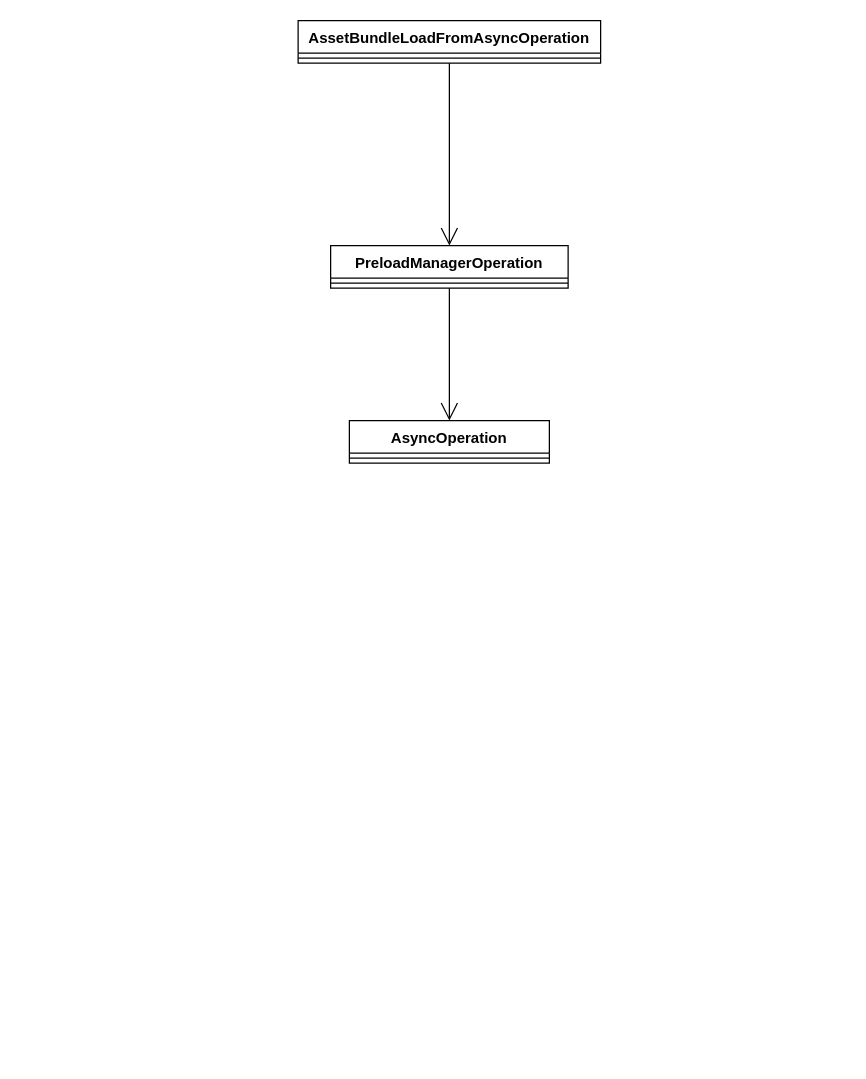
houxuanfelix/MySelfCode keeps this draw.io diagram as preloadmanager.drawio. Above is the earlier version. Source tidied: cells renumbered, new cells numbered last; positions are measured from the earlier drawing's top-left corner, leaving out a move shared by most shapes. Both pictures are drawn from the tidied source at 125%, with x=0, y=0 at pixel (298, 20).
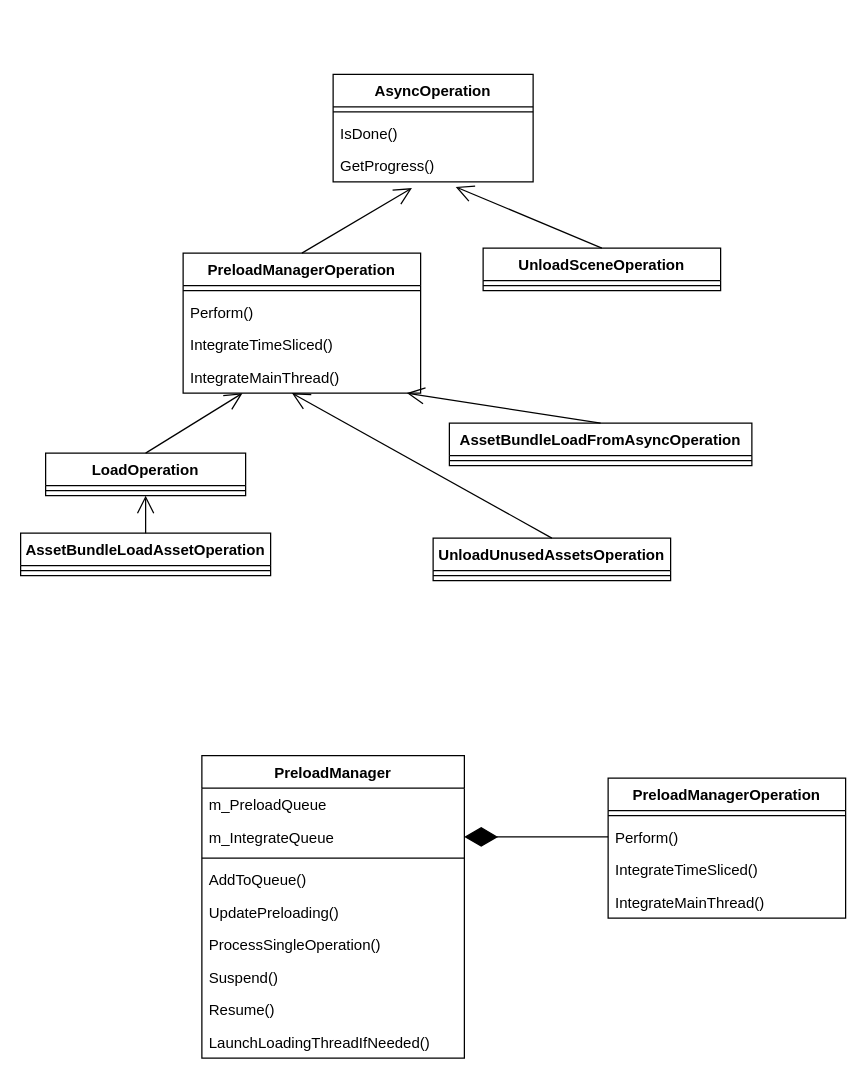
The same diagram, later.

The edit, as a diff of the source:
```diff
@@
     <mxCell id="2" value="PreloadManagerOperation" style="swimlane;fontStyle=1;align=center;verticalAlign=top;horizontal=1;startSize=26;" parent="1" vertex="1">
-      <mxGeometry x="26" y="180" width="190" height="34" as="geometry" />
+      <mxGeometry x="-92" y="186" width="190" height="112" as="geometry" />
     </mxCell>
@@
+    <mxCell id="10" value="Perform()" style="text;strokeColor=none;fillColor=none;align=left;verticalAlign=top;spacingLeft=4;spacingRight=4;overflow=hidden;" parent="2" vertex="1">
+      <mxGeometry y="34" width="190" height="26" as="geometry" />
+    </mxCell>
+    <mxCell id="11" value="IntegrateTimeSliced()" style="text;strokeColor=none;fillColor=none;align=left;verticalAlign=top;spacingLeft=4;spacingRight=4;overflow=hidden;" parent="2" vertex="1">
+      <mxGeometry y="60" width="190" height="26" as="geometry" />
+    </mxCell>
+    <mxCell id="12" value="IntegrateMainThread()" style="text;strokeColor=none;fillColor=none;align=left;verticalAlign=top;spacingLeft=4;spacingRight=4;overflow=hidden;points=[[0,0.5],[1,0.5]];portConstraint=eastwest;" parent="2" vertex="1">
+      <mxGeometry y="86" width="190" height="26" as="geometry" />
+    </mxCell>
     <mxCell id="4" value="AsyncOperation" style="swimlane;fontStyle=1;align=center;verticalAlign=top;horizontal=1;startSize=26;" parent="1" vertex="1">
-      <mxGeometry x="41" y="320" width="160" height="34" as="geometry" />
+      <mxGeometry x="28" y="43" width="160" height="86" as="geometry" />
     </mxCell>
@@
+    <mxCell id="13" value="IsDone()" style="text;strokeColor=none;fillColor=none;align=left;verticalAlign=top;spacingLeft=4;spacingRight=4;overflow=hidden;" parent="4" vertex="1">
+      <mxGeometry y="34" width="160" height="26" as="geometry" />
+    </mxCell>
+    <mxCell id="14" value="GetProgress()" style="text;strokeColor=none;fillColor=none;align=left;verticalAlign=top;spacingLeft=4;spacingRight=4;overflow=hidden;points=[[0,0.5],[1,0.5]];portConstraint=eastwest;" parent="4" vertex="1">
+      <mxGeometry y="60" width="160" height="26" as="geometry" />
+    </mxCell>
     <mxCell id="6" value="AssetBundleLoadFromAsyncOperation" style="swimlane;fontStyle=1;align=center;verticalAlign=top;horizontal=1;startSize=26;" parent="1" vertex="1">
-      <mxGeometry width="242" height="34" as="geometry" />
+      <mxGeometry x="121" y="322" width="242" height="34" as="geometry" />
     </mxCell>
@@
-    <mxCell id="8" style="endArrow=open;endFill=1;endSize=12;html=1;entryX=0.5;entryY=0;entryDx=0;entryDy=0;exitX=0.5;exitY=1;exitDx=0;exitDy=0;" parent="1" edge="1" source="2" target="4">
+    <mxCell id="8" style="endArrow=open;endFill=1;endSize=12;html=1;entryX=0.394;entryY=1.192;entryDx=0;entryDy=0;entryPerimeter=0;exitX=0.5;exitY=0;exitDx=0;exitDy=0;" parent="1" edge="1" source="2" target="14">
       <mxGeometry relative="1" as="geometry" />
     </mxCell>
-    <mxCell id="9" style="endArrow=open;endFill=1;endSize=12;html=1;entryX=0.5;entryY=0;entryDx=0;entryDy=0;exitX=0.5;exitY=1;exitDx=0;exitDy=0;" parent="1" edge="1" source="6" target="2">
+    <mxCell id="9" style="endArrow=open;endFill=1;endSize=12;html=1;exitX=0.5;exitY=0;exitDx=0;exitDy=0;" parent="1" edge="1" source="6" target="12">
       <mxGeometry relative="1" as="geometry" />
     </mxCell>
+    <mxCell id="15" value="LoadOperation" style="swimlane;fontStyle=1;align=center;verticalAlign=top;horizontal=1;startSize=26;" parent="1" vertex="1">
+      <mxGeometry x="-202" y="346" width="160" height="34" as="geometry" />
+    </mxCell>
+    <mxCell id="16" style="line;strokeWidth=1;fillColor=none;align=left;verticalAlign=middle;spacingTop=-1;spacingLeft=3;spacingRight=3;labelPosition=right;" parent="15" vertex="1">
+      <mxGeometry y="26" width="160" height="8" as="geometry" />
+    </mxCell>
+    <mxCell id="17" style="endArrow=open;endFill=1;endSize=12;html=1;entryX=0.25;entryY=1;entryDx=0;entryDy=0;exitX=0.5;exitY=0;exitDx=0;exitDy=0;" parent="1" edge="1" source="15" target="2">
+      <mxGeometry relative="1" as="geometry" />
+    </mxCell>
+    <mxCell id="18" value="UnloadSceneOperation" style="swimlane;fontStyle=1;align=center;verticalAlign=top;horizontal=1;startSize=26;" parent="1" vertex="1">
+      <mxGeometry x="148" y="182" width="190" height="34" as="geometry" />
+    </mxCell>
+    <mxCell id="19" style="line;strokeWidth=1;fillColor=none;align=left;verticalAlign=middle;spacingTop=-1;spacingLeft=3;spacingRight=3;labelPosition=right;" parent="18" vertex="1">
+      <mxGeometry y="26" width="190" height="8" as="geometry" />
+    </mxCell>
+    <mxCell id="20" style="endArrow=open;endFill=1;endSize=12;html=1;exitX=0.5;exitY=0;exitDx=0;exitDy=0;entryX=0.613;entryY=1.154;entryDx=0;entryDy=0;entryPerimeter=0;" parent="1" edge="1" source="18" target="14">
+      <mxGeometry relative="1" as="geometry" />
+    </mxCell>
+    <mxCell id="21" value="UnloadUnusedAssetsOperation" style="swimlane;fontStyle=1;align=center;verticalAlign=top;horizontal=1;startSize=26;" parent="1" vertex="1">
+      <mxGeometry x="108" y="414" width="190" height="34" as="geometry" />
+    </mxCell>
+    <mxCell id="22" style="line;strokeWidth=1;fillColor=none;align=left;verticalAlign=middle;spacingTop=-1;spacingLeft=3;spacingRight=3;labelPosition=right;" parent="21" vertex="1">
+      <mxGeometry y="26" width="190" height="8" as="geometry" />
+    </mxCell>
+    <mxCell id="23" style="endArrow=open;endFill=1;endSize=12;html=1;exitX=0.5;exitY=0;exitDx=0;exitDy=0;entryX=0.458;entryY=1;entryDx=0;entryDy=0;entryPerimeter=0;" parent="1" edge="1" source="21" target="12">
+      <mxGeometry relative="1" as="geometry" />
+    </mxCell>
+    <mxCell id="24" value="AssetBundleLoadAssetOperation" style="swimlane;fontStyle=1;align=center;verticalAlign=top;horizontal=1;startSize=26;" parent="1" vertex="1">
+      <mxGeometry x="-222" y="410" width="200" height="34" as="geometry" />
+    </mxCell>
+    <mxCell id="25" style="line;strokeWidth=1;fillColor=none;align=left;verticalAlign=middle;spacingTop=-1;spacingLeft=3;spacingRight=3;labelPosition=right;" parent="24" vertex="1">
+      <mxGeometry y="26" width="200" height="8" as="geometry" />
+    </mxCell>
+    <mxCell id="26" style="endArrow=open;endFill=1;endSize=12;html=1;entryX=0.5;entryY=1;entryDx=0;entryDy=0;" parent="1" edge="1" source="24" target="15">
+      <mxGeometry relative="1" as="geometry" />
+    </mxCell>
+    <mxCell id="27" value="PreloadManager" style="swimlane;fontStyle=1;align=center;verticalAlign=top;horizontal=1;startSize=26;" parent="1" vertex="1">
+      <mxGeometry x="-77" y="588" width="210" height="242" as="geometry" />
+    </mxCell>
+    <mxCell id="28" value="m_PreloadQueue" style="text;strokeColor=none;fillColor=none;align=left;verticalAlign=top;spacingLeft=4;spacingRight=4;overflow=hidden;" parent="27" vertex="1">
+      <mxGeometry y="26" width="210" height="26" as="geometry" />
+    </mxCell>
+    <mxCell id="29" value="m_IntegrateQueue" style="text;strokeColor=none;fillColor=none;align=left;verticalAlign=top;spacingLeft=4;spacingRight=4;overflow=hidden;points=[[0,0.5],[1,0.5]];portConstraint=eastwest;" parent="27" vertex="1">
+      <mxGeometry y="52" width="210" height="26" as="geometry" />
+    </mxCell>
+    <mxCell id="30" style="line;strokeWidth=1;fillColor=none;align=left;verticalAlign=middle;spacingTop=-1;spacingLeft=3;spacingRight=3;labelPosition=right;" parent="27" vertex="1">
+      <mxGeometry y="78" width="210" height="8" as="geometry" />
+    </mxCell>
+    <mxCell id="31" value="AddToQueue()" style="text;strokeColor=none;fillColor=none;align=left;verticalAlign=top;spacingLeft=4;spacingRight=4;overflow=hidden;" parent="27" vertex="1">
+      <mxGeometry y="86" width="210" height="26" as="geometry" />
+    </mxCell>
+    <mxCell id="32" value="UpdatePreloading()" style="text;strokeColor=none;fillColor=none;align=left;verticalAlign=top;spacingLeft=4;spacingRight=4;overflow=hidden;" parent="27" vertex="1">
+      <mxGeometry y="112" width="210" height="26" as="geometry" />
+    </mxCell>
+    <mxCell id="33" value="ProcessSingleOperation()" style="text;strokeColor=none;fillColor=none;align=left;verticalAlign=top;spacingLeft=4;spacingRight=4;overflow=hidden;" parent="27" vertex="1">
+      <mxGeometry y="138" width="210" height="26" as="geometry" />
+    </mxCell>
+    <mxCell id="34" value="Suspend()" style="text;strokeColor=none;fillColor=none;align=left;verticalAlign=top;spacingLeft=4;spacingRight=4;overflow=hidden;" parent="27" vertex="1">
+      <mxGeometry y="164" width="210" height="26" as="geometry" />
+    </mxCell>
+    <mxCell id="35" value="Resume()" style="text;strokeColor=none;fillColor=none;align=left;verticalAlign=top;spacingLeft=4;spacingRight=4;overflow=hidden;" parent="27" vertex="1">
+      <mxGeometry y="190" width="210" height="26" as="geometry" />
+    </mxCell>
+    <mxCell id="36" value="LaunchLoadingThreadIfNeeded()" style="text;strokeColor=none;fillColor=none;align=left;verticalAlign=top;spacingLeft=4;spacingRight=4;overflow=hidden;" parent="27" vertex="1">
+      <mxGeometry y="216" width="210" height="26" as="geometry" />
+    </mxCell>
+    <mxCell id="37" value="PreloadManagerOperation" style="swimlane;fontStyle=1;align=center;verticalAlign=top;horizontal=1;startSize=26;" parent="1" vertex="1">
+      <mxGeometry x="248" y="606" width="190" height="112" as="geometry" />
+    </mxCell>
+    <mxCell id="38" style="line;strokeWidth=1;fillColor=none;align=left;verticalAlign=middle;spacingTop=-1;spacingLeft=3;spacingRight=3;labelPosition=right;" parent="37" vertex="1">
+      <mxGeometry y="26" width="190" height="8" as="geometry" />
+    </mxCell>
+    <mxCell id="39" value="Perform()" style="text;strokeColor=none;fillColor=none;align=left;verticalAlign=top;spacingLeft=4;spacingRight=4;overflow=hidden;points=[[0,0.5],[1,0.5]];portConstraint=eastwest;" parent="37" vertex="1">
+      <mxGeometry y="34" width="190" height="26" as="geometry" />
+    </mxCell>
+    <mxCell id="40" value="IntegrateTimeSliced()" style="text;strokeColor=none;fillColor=none;align=left;verticalAlign=top;spacingLeft=4;spacingRight=4;overflow=hidden;" parent="37" vertex="1">
+      <mxGeometry y="60" width="190" height="26" as="geometry" />
+    </mxCell>
+    <mxCell id="41" value="IntegrateMainThread()" style="text;strokeColor=none;fillColor=none;align=left;verticalAlign=top;spacingLeft=4;spacingRight=4;overflow=hidden;" parent="37" vertex="1">
+      <mxGeometry y="86" width="190" height="26" as="geometry" />
+    </mxCell>
+    <mxCell id="42" style="endArrow=diamondThin;endFill=1;endSize=24;html=1;entryX=1;entryY=0.5;entryDx=0;entryDy=0;exitX=0;exitY=0.5;exitDx=0;exitDy=0;" parent="1" edge="1" source="39" target="29">
+      <mxGeometry relative="1" as="geometry" />
+    </mxCell>
```
